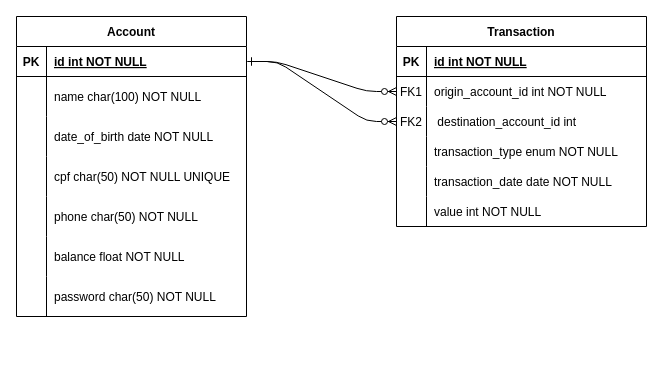
Earlier version of the draw.io diagram MER/Challenge diagram.drawio (CarlosMouraDev/Desafio1). Source tidied: cells renumbered, new cells numbered last; positions are measured from the earlier drawing's top-left corner, leaving out a move shared by most shapes. Both pictures are drawn from the tidied source at 100%, with x=0, y=0 at pixel (16, 16).
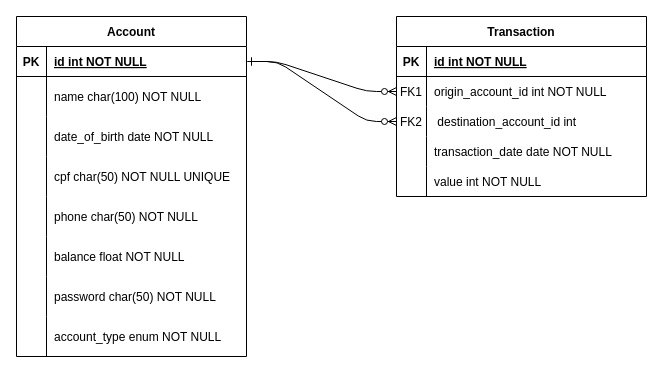
After the change.

The edit, as a diff of the source:
```diff
@@
     <mxCell id="3" value="Transaction" style="shape=table;startSize=30;childLayout=tableLayout;rowLines=0;fontStyle=1;align=center;rounded=0;swimlaneFillColor=default;" parent="1" vertex="1">
-      <mxGeometry x="380" width="250" height="210" as="geometry" />
+      <mxGeometry x="380" width="250" height="180" as="geometry" />
     </mxCell>
@@
-    <mxCell id="13" style="shape=partialRectangle;fillColor=none;top=0;left=0;right=0;bottom=0;" parent="3" vertex="1">
-      <mxGeometry y="120" width="250" height="30" as="geometry" />
-    </mxCell>
-    <mxCell id="14" style="shape=partialRectangle;overflow=hidden;fillColor=none;top=0;left=0;bottom=0;right=0;" parent="13" vertex="1">
-      <mxGeometry width="30" height="30" as="geometry" />
-    </mxCell>
-    <mxCell id="15" value="transaction_type enum NOT NULL" style="shape=partialRectangle;overflow=hidden;fillColor=none;top=0;left=0;bottom=0;right=0;align=left;spacingLeft=6;" parent="13" vertex="1">
-      <mxGeometry x="30" width="220" height="30" as="geometry" />
-    </mxCell>
     <mxCell id="16" style="shape=partialRectangle;fillColor=none;top=0;left=0;right=0;bottom=0;" parent="3" vertex="1">
-      <mxGeometry y="150" width="250" height="30" as="geometry" />
+      <mxGeometry y="120" width="250" height="30" as="geometry" />
     </mxCell>
@@
     <mxCell id="19" style="shape=partialRectangle;fillColor=none;top=0;left=0;right=0;bottom=0;" parent="3" vertex="1">
-      <mxGeometry y="180" width="250" height="30" as="geometry" />
+      <mxGeometry y="150" width="250" height="30" as="geometry" />
     </mxCell>
@@
     <mxCell id="22" value="Account" style="shape=table;startSize=30;childLayout=tableLayout;rowLines=0;fontStyle=1;align=center;swimlaneLine=1;strokeWidth=1;perimeterSpacing=1;rounded=0;shadow=0;gradientColor=none;swimlaneFillColor=default;" parent="1" vertex="1">
-      <mxGeometry width="230" height="300" as="geometry" />
+      <mxGeometry width="230" height="340" as="geometry" />
     </mxCell>
@@
+    <mxCell id="45" style="shape=partialRectangle;fillColor=none;top=0;left=0;right=0;bottom=0;perimeterSpacing=1;strokeWidth=1;" parent="22" vertex="1">
+      <mxGeometry y="300" width="230" height="40" as="geometry" />
+    </mxCell>
+    <mxCell id="46" style="shape=partialRectangle;overflow=hidden;fillColor=none;top=0;left=0;bottom=0;right=0;perimeterSpacing=1;strokeWidth=1;" parent="45" vertex="1">
+      <mxGeometry width="30" height="40" as="geometry" />
+    </mxCell>
+    <mxCell id="47" value="account_type enum NOT NULL" style="shape=partialRectangle;overflow=hidden;fillColor=none;top=0;left=0;bottom=0;right=0;align=left;spacingLeft=6;perimeterSpacing=1;strokeWidth=1;" parent="45" vertex="1">
+      <mxGeometry x="30" width="200" height="40" as="geometry" />
+    </mxCell>
```
